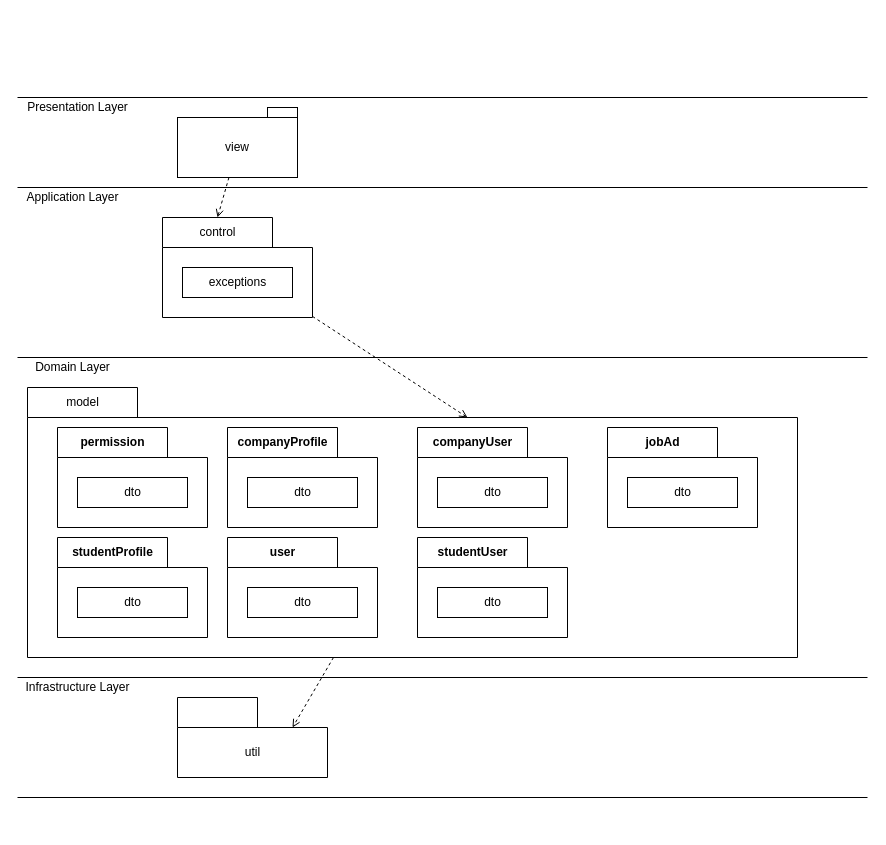
This is doc/diagram/Paketdiagramm.drawio from KlaraGolubovic/SE02, a draw.io file, before an edit. Source tidied: cells renumbered, new cells numbered last; positions are measured from the earlier drawing's top-left corner, leaving out a move shared by most shapes. Both pictures are drawn from the tidied source at 100%, with x=0, y=0 at pixel (17, 97).
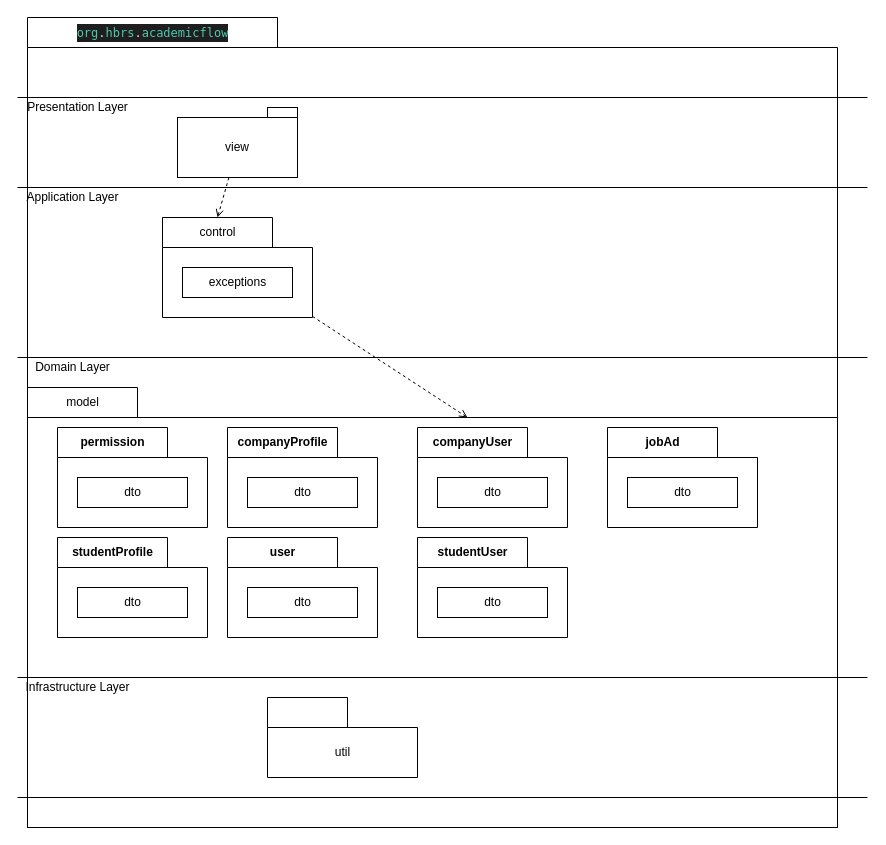
Above is the later version.

Diff of the diagram source:
```diff
@@
-    <mxCell id="17" style="edgeStyle=none;html=1;entryX=0;entryY=0;entryDx=115;entryDy=30;entryPerimeter=0;dashed=1;endArrow=open;endFill=0;" parent="1" edge="1" source="18" target="33">
-      <mxGeometry relative="1" as="geometry" />
-    </mxCell>
-    <mxCell id="18" value="&lt;span style=&quot;font-weight: 400&quot;&gt;model&lt;/span&gt;" style="shape=folder;fontStyle=1;tabWidth=110;tabHeight=30;tabPosition=left;html=1;boundedLbl=1;labelInHeader=1;" parent="1" vertex="1">
-      <mxGeometry x="10" y="290" width="770" height="270" as="geometry" />
+    <mxCell id="18" value="&lt;span style=&quot;font-weight: 400&quot;&gt;model&lt;/span&gt;" style="shape=folder;fontStyle=1;tabWidth=110;tabHeight=30;tabPosition=left;html=1;boundedLbl=1;labelInHeader=1;fillColor=none;strokeColor=default;" parent="1" vertex="1">
+      <mxGeometry x="10" y="290" width="810" height="440" as="geometry" />
     </mxCell>
+    <mxCell id="34" value="&lt;div style=&quot;color: rgb(212 , 212 , 212) ; background-color: rgb(30 , 30 , 30) ; font-family: &amp;#34;menlo&amp;#34; , &amp;#34;monaco&amp;#34; , &amp;#34;courier new&amp;#34; , monospace ; font-weight: normal ; line-height: 18px&quot;&gt;&lt;span style=&quot;color: #4ec9b0&quot;&gt;org&lt;/span&gt;.&lt;span style=&quot;color: #4ec9b0&quot;&gt;hbrs&lt;/span&gt;.&lt;span style=&quot;color: #4ec9b0&quot;&gt;academicflow&lt;/span&gt;&lt;/div&gt;" style="shape=folder;fontStyle=1;tabWidth=250;tabHeight=30;tabPosition=left;html=1;boundedLbl=1;labelInHeader=1;fillColor=none;" parent="18" vertex="1">
+      <mxGeometry y="-370" width="810" height="810" as="geometry" />
+    </mxCell>
+    <mxCell id="33" value="&lt;span style=&quot;font-weight: 400&quot;&gt;util&lt;/span&gt;" style="shape=folder;fontStyle=1;tabWidth=80;tabHeight=30;tabPosition=left;html=1;boundedLbl=1;" parent="34" vertex="1">
+      <mxGeometry x="240" y="680" width="150" height="80" as="geometry" />
+    </mxCell>
@@
-    <mxCell id="33" value="&lt;span style=&quot;font-weight: 400&quot;&gt;util&lt;/span&gt;" style="shape=folder;fontStyle=1;tabWidth=80;tabHeight=30;tabPosition=left;html=1;boundedLbl=1;" parent="1" vertex="1">
-      <mxGeometry x="160" y="600" width="150" height="80" as="geometry" />
-    </mxCell>
```
